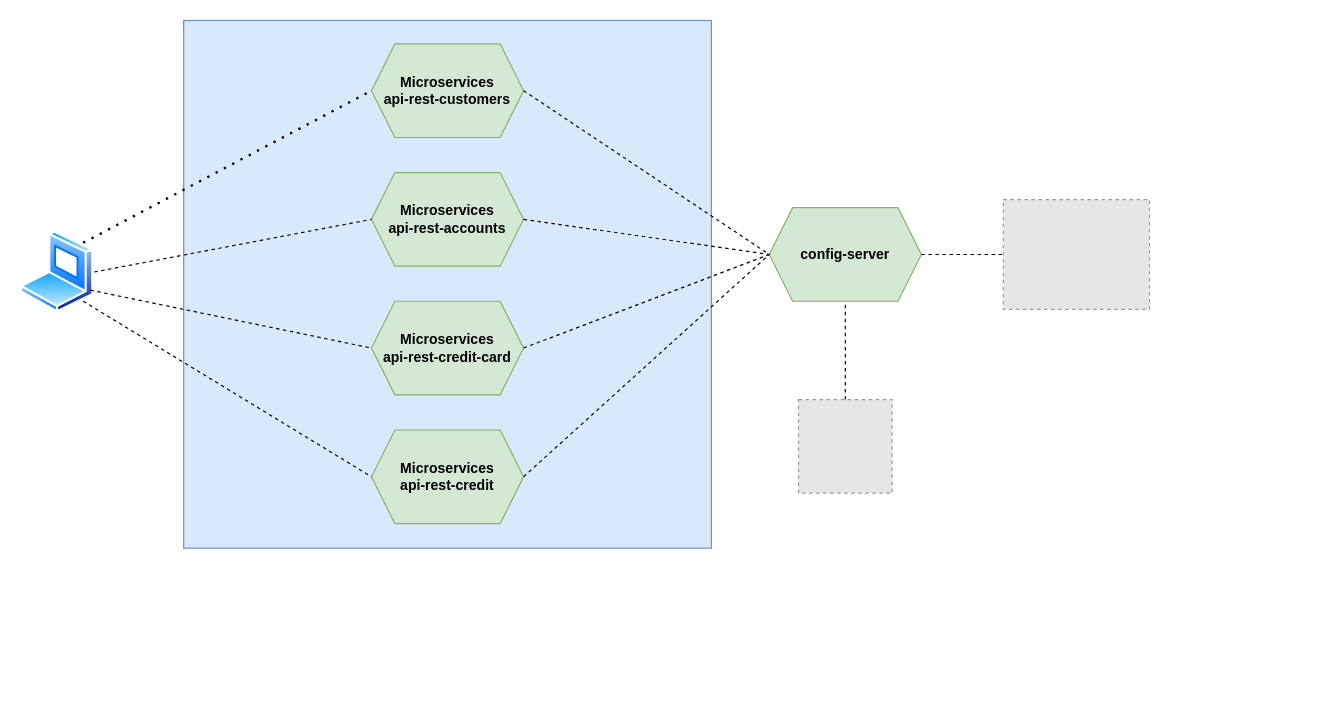
Earlier version of the draw.io diagram diagrama.drawio (renatogithub/diagrama-arquitectura). Source tidied: cells renumbered, new cells numbered last; positions are measured from the earlier drawing's top-left corner, leaving out a move shared by most shapes. Both pictures are drawn from the tidied source at 117%, with x=0, y=0 at pixel (20, 20). Pictures stored in the file or linked from it are replaced by grey dashed boxes.
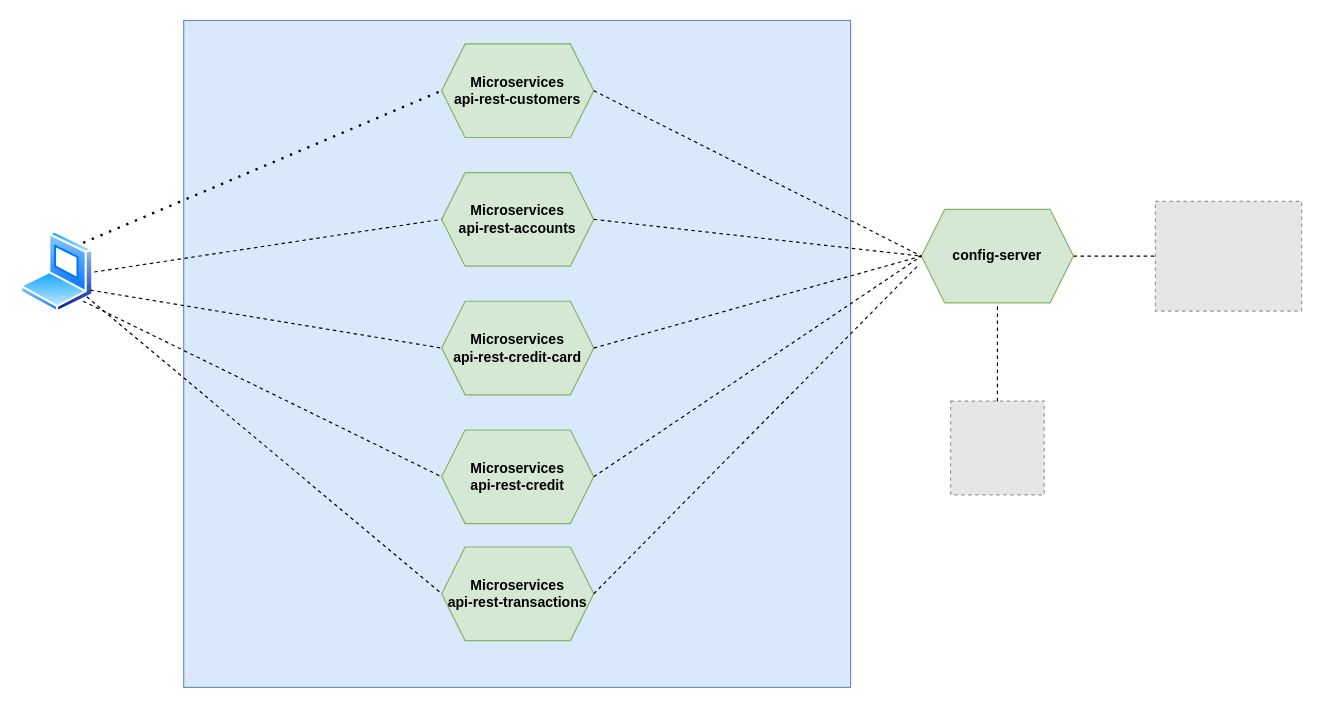
The same diagram, later.

The change refers to these unchanged cells:
```xml
<mxCell id="3" style="perimeter=ellipsePerimeter;html=1;align=center;shadow=0;dashed=0;spacingTop=3;image;image=img/lib/active_directory/laptop_client.svg;" parent="1" vertex="1">
  <mxGeometry y="180" width="63" height="70" as="geometry" />
</mxCell>
```

The edit, as a diff of the source:
```diff
@@
     <mxCell id="2" style="whiteSpace=wrap;html=1;fillColor=#dae8fc;strokeColor=#6c8ebf;" parent="1" vertex="1">
-      <mxGeometry x="139.5" width="451" height="451" as="geometry" />
+      <mxGeometry x="139.5" width="570" height="570" as="geometry" />
     </mxCell>
@@
     <mxCell id="4" value="&lt;b&gt;Microservices&lt;br&gt;api-rest-customers&lt;/b&gt;" style="shape=hexagon;perimeter=hexagonPerimeter2;whiteSpace=wrap;html=1;fixedSize=1;fillColor=#d5e8d4;strokeColor=#82b366;" parent="1" vertex="1">
-      <mxGeometry x="300" y="20" width="130" height="80" as="geometry" />
+      <mxGeometry x="360" y="20" width="130" height="80" as="geometry" />
     </mxCell>
     <mxCell id="5" value="&lt;b&gt;Microservices&lt;br&gt;api-rest-accounts&lt;/b&gt;" style="shape=hexagon;perimeter=hexagonPerimeter2;whiteSpace=wrap;html=1;fixedSize=1;fillColor=#d5e8d4;strokeColor=#82b366;" parent="1" vertex="1">
-      <mxGeometry x="300" y="130" width="130" height="80" as="geometry" />
+      <mxGeometry x="360" y="130" width="130" height="80" as="geometry" />
     </mxCell>
     <mxCell id="6" value="&lt;b&gt;Microservices&lt;br&gt;api-rest-credit-card&lt;br&gt;&lt;/b&gt;" style="shape=hexagon;perimeter=hexagonPerimeter2;whiteSpace=wrap;html=1;fixedSize=1;fillColor=#d5e8d4;strokeColor=#82b366;" parent="1" vertex="1">
-      <mxGeometry x="300" y="240" width="130" height="80" as="geometry" />
+      <mxGeometry x="360" y="240" width="130" height="80" as="geometry" />
     </mxCell>
     <mxCell id="7" value="&lt;b&gt;Microservices&lt;br&gt;api-rest-credit&lt;br&gt;&lt;/b&gt;" style="shape=hexagon;perimeter=hexagonPerimeter2;whiteSpace=wrap;html=1;fixedSize=1;fillColor=#d5e8d4;strokeColor=#82b366;" parent="1" vertex="1">
-      <mxGeometry x="300" y="350" width="130" height="80" as="geometry" />
+      <mxGeometry x="360" y="350" width="130" height="80" as="geometry" />
     </mxCell>
@@
     <mxCell id="12" value="&lt;b&gt;config-server&lt;/b&gt;" style="shape=hexagon;perimeter=hexagonPerimeter2;whiteSpace=wrap;html=1;fixedSize=1;fillColor=#d5e8d4;strokeColor=#82b366;" parent="1" vertex="1">
-      <mxGeometry x="640" y="160" width="130" height="80" as="geometry" />
+      <mxGeometry x="770" y="161.4" width="130" height="80" as="geometry" />
     </mxCell>
@@
     <mxCell id="17" style="fillColor=#E6E6E6;strokeColor=#999999;dashed=1;verticalLabelPosition=bottom;labelBackgroundColor=default;verticalAlign=top;" parent="1" vertex="1">
-      <mxGeometry x="665" y="324" width="80" height="80" as="geometry" />
+      <mxGeometry x="795" y="325.4" width="80" height="80" as="geometry" />
     </mxCell>
@@
     <mxCell id="19" style="fillColor=#E6E6E6;strokeColor=#999999;dashed=1;verticalLabelPosition=bottom;labelBackgroundColor=default;verticalAlign=top;" parent="1" vertex="1">
-      <mxGeometry x="840" y="153.1" width="125" height="93.8" as="geometry" />
+      <mxGeometry x="970" y="154.6" width="125" height="93.8" as="geometry" />
     </mxCell>
@@
+    <mxCell id="21" value="&lt;b&gt;Microservices&lt;/b&gt;&lt;br&gt;&lt;b&gt;api-rest-transactions&lt;/b&gt;" style="shape=hexagon;perimeter=hexagonPerimeter2;whiteSpace=wrap;html=1;fixedSize=1;fillColor=#d5e8d4;strokeColor=#82b366;" parent="1" vertex="1">
+      <mxGeometry x="360" y="450" width="130" height="80" as="geometry" />
+    </mxCell>
+    <mxCell id="22" style="endArrow=none;dashed=1;html=1;rounded=0;entryX=0;entryY=0.5;entryDx=0;entryDy=0;" parent="1" edge="1" source="3" target="21">
+      <mxGeometry relative="1" as="geometry" />
+    </mxCell>
+    <mxCell id="23" style="endArrow=none;dashed=1;html=1;rounded=0;entryX=-0.012;entryY=0.585;entryDx=0;entryDy=0;entryPerimeter=0;exitX=1;exitY=0.5;exitDx=0;exitDy=0;" parent="1" edge="1" source="21" target="12">
+      <mxGeometry relative="1" as="geometry" />
+    </mxCell>
```
